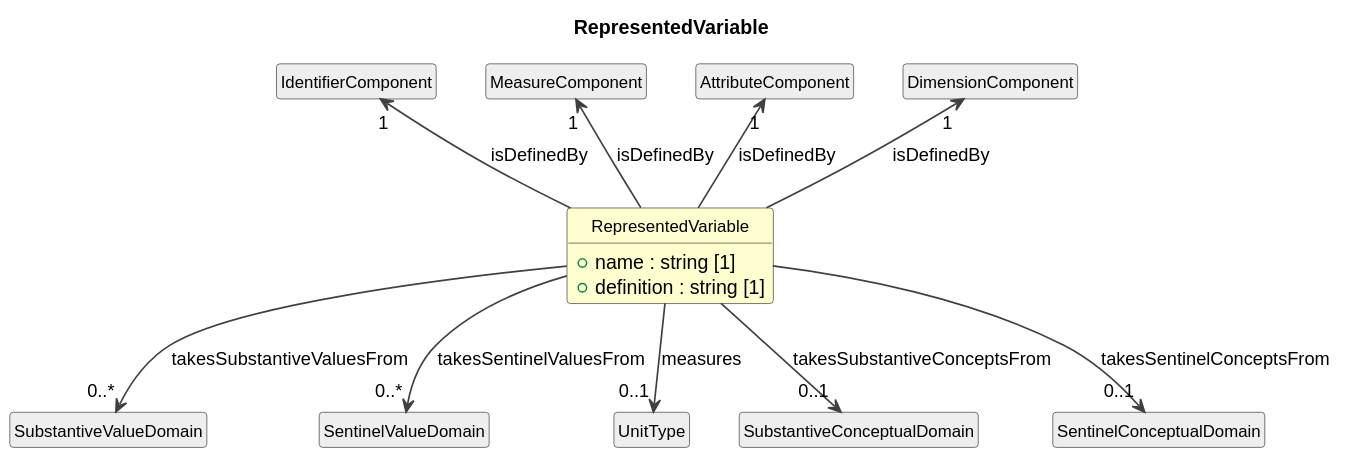
Earlier version of the PlantUML export cdif-uml-model/_plantuml/cdifDataStructure/Classes/RepresentedVariable.svg (Cross-Domain-Interoperability-Framework/metadataBuildingBlocks). Source of this version:
```plantuml
@startuml
title RepresentedVariable
hide circle
hide empty members
skinparam shadowing false
skinparam ArrowThickness 1.2
skinparam class {
  ArrowColor #404040
  BorderColor #404040
  FontSize 12
}

class "RepresentedVariable" as RepresentedVariable #FEFECE {
  +name : string [1]
  +definition : string [1]
}
class "IdentifierComponent" as IdentifierComponent #EEEEEE
IdentifierComponent "1" <-- RepresentedVariable : isDefinedBy
class "MeasureComponent" as MeasureComponent #EEEEEE
MeasureComponent "1" <-- RepresentedVariable : isDefinedBy
class "AttributeComponent" as AttributeComponent #EEEEEE
AttributeComponent "1" <-- RepresentedVariable : isDefinedBy
class "DimensionComponent" as DimensionComponent #EEEEEE
DimensionComponent "1" <-- RepresentedVariable : isDefinedBy
class "SubstantiveValueDomain" as SubstantiveValueDomain #EEEEEE
RepresentedVariable --> "0..*" SubstantiveValueDomain : takesSubstantiveValuesFrom
class "SentinelValueDomain" as SentinelValueDomain #EEEEEE
RepresentedVariable --> "0..*" SentinelValueDomain : takesSentinelValuesFrom
class "UnitType" as UnitType #EEEEEE
RepresentedVariable --> "0..1" UnitType : measures
class "SubstantiveConceptualDomain" as SubstantiveConceptualDomain #EEEEEE
RepresentedVariable --> "0..1" SubstantiveConceptualDomain : takesSubstantiveConceptsFrom
class "SentinelConceptualDomain" as SentinelConceptualDomain #EEEEEE
RepresentedVariable --> "0..1" SentinelConceptualDomain : takesSentinelConceptsFrom
@enduml
```
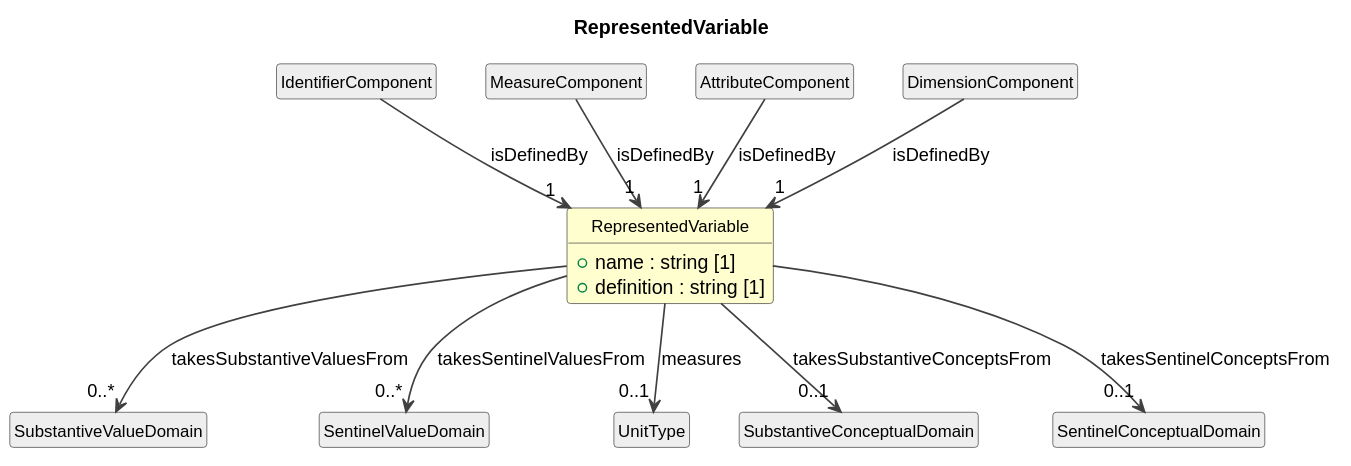
The same file after the commit.

Change to the diagram source:
```diff
@@ -15,13 +15,13 @@
   +definition : string [1]
 }
 class "IdentifierComponent" as IdentifierComponent #EEEEEE
-IdentifierComponent "1" <-- RepresentedVariable : isDefinedBy
+IdentifierComponent --> "1" RepresentedVariable : isDefinedBy
 class "MeasureComponent" as MeasureComponent #EEEEEE
-MeasureComponent "1" <-- RepresentedVariable : isDefinedBy
+MeasureComponent --> "1" RepresentedVariable : isDefinedBy
 class "AttributeComponent" as AttributeComponent #EEEEEE
-AttributeComponent "1" <-- RepresentedVariable : isDefinedBy
+AttributeComponent --> "1" RepresentedVariable : isDefinedBy
 class "DimensionComponent" as DimensionComponent #EEEEEE
-DimensionComponent "1" <-- RepresentedVariable : isDefinedBy
+DimensionComponent --> "1" RepresentedVariable : isDefinedBy
 class "SubstantiveValueDomain" as SubstantiveValueDomain #EEEEEE
 RepresentedVariable --> "0..*" SubstantiveValueDomain : takesSubstantiveValuesFrom
 class "SentinelValueDomain" as SentinelValueDomain #EEEEEE
```
